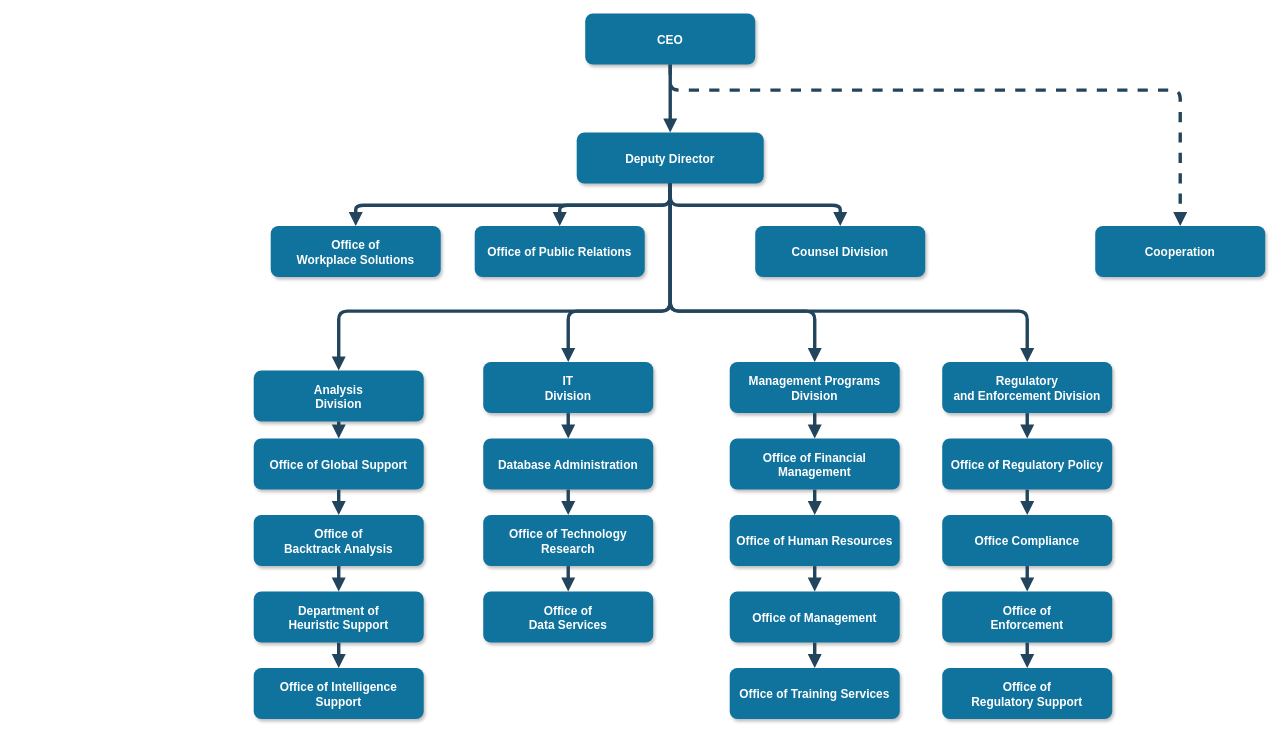
Before: Диаграмма без названия.drawio in ru-store/runa, a draw.io diagram. Source tidied: cells renumbered, new cells numbered last; positions are measured from the earlier drawing's top-left corner, leaving out a move shared by most shapes. Both pictures are drawn from the tidied source at 85%, with x=0, y=0 at pixel (253, 14).
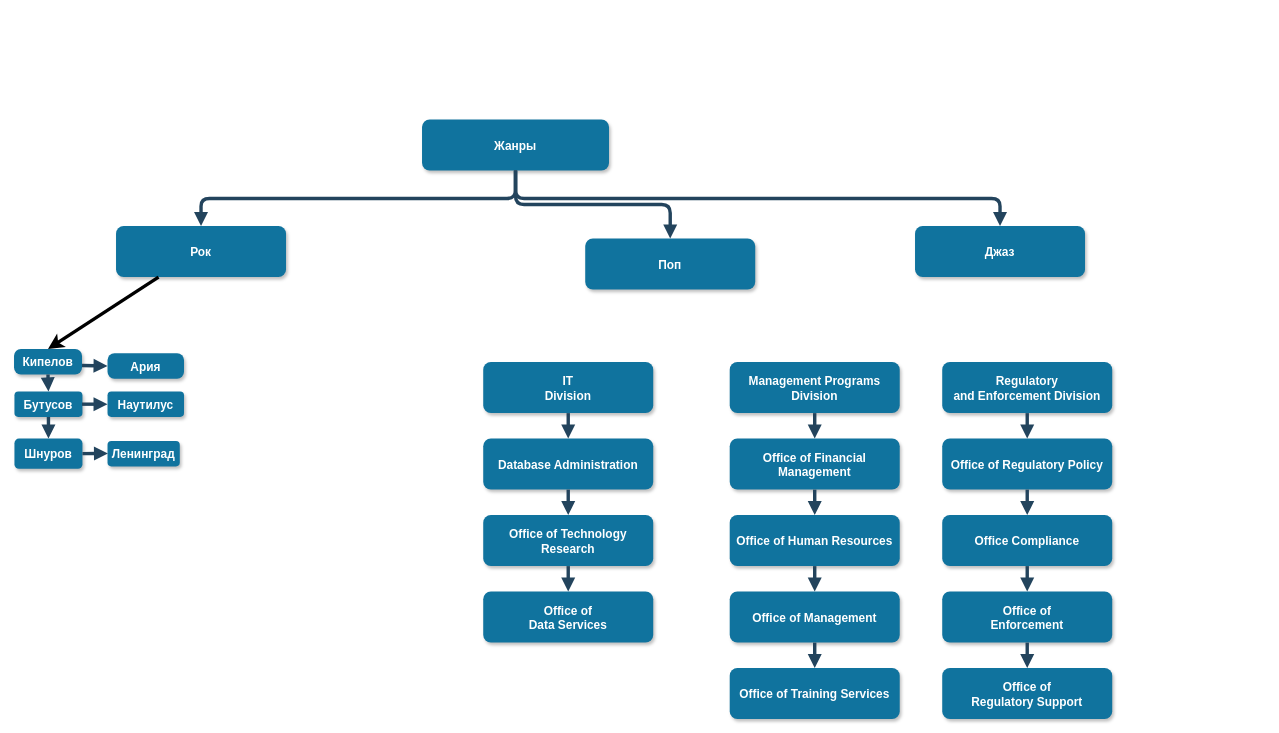
The same diagram, later.

The change refers to these unchanged cells:
```xml
<mxCell id="13" value="IT&#10;Division" style="rounded=1;fillColor=#10739E;strokeColor=none;shadow=1;gradientColor=none;fontStyle=1;fontColor=#FFFFFF;fontSize=14;" parent="1" vertex="1">
  <mxGeometry x="270" y="409.5" width="200" height="60" as="geometry" />
</mxCell>
<mxCell id="17" value="Management Programs &#10;Division" style="rounded=1;fillColor=#10739E;strokeColor=none;shadow=1;gradientColor=none;fontStyle=1;fontColor=#FFFFFF;fontSize=14;" parent="1" vertex="1">
  <mxGeometry x="560" y="409.5" width="200" height="60" as="geometry" />
</mxCell>
<mxCell id="22" value="Regulatory &#10;and Enforcement Division" style="rounded=1;fillColor=#10739E;strokeColor=none;shadow=1;gradientColor=none;fontStyle=1;fontColor=#FFFFFF;fontSize=14;" parent="1" vertex="1">
  <mxGeometry x="810" y="409.5" width="200" height="60" as="geometry" />
</mxCell>
```

The edit, as a diff of the source:
```diff
@@
-    <mxCell id="2" value="CEO" style="rounded=1;fillColor=#10739E;strokeColor=none;shadow=1;gradientColor=none;fontStyle=1;fontColor=#FFFFFF;fontSize=14;" parent="1" vertex="1">
-      <mxGeometry x="390" y="-0.5" width="200" height="60" as="geometry" />
-    </mxCell>
-    <mxCell id="3" value="Deputy Director" style="rounded=1;fillColor=#10739E;strokeColor=none;shadow=1;gradientColor=none;fontStyle=1;fontColor=#FFFFFF;fontSize=14;" parent="1" vertex="1">
-      <mxGeometry x="380" y="139.5" width="220" height="60" as="geometry" />
+    <mxCell id="3" value="Жанры" style="rounded=1;fillColor=#10739E;strokeColor=none;shadow=1;gradientColor=none;fontStyle=1;fontColor=#FFFFFF;fontSize=14;" parent="1" vertex="1">
+      <mxGeometry x="198" y="124" width="220" height="60" as="geometry" />
     </mxCell>
-    <mxCell id="4" value="Office of &#10;Workplace Solutions" style="rounded=1;fillColor=#10739E;strokeColor=none;shadow=1;gradientColor=none;fontStyle=1;fontColor=#FFFFFF;fontSize=14;" parent="1" vertex="1">
-      <mxGeometry x="20" y="249.5" width="200" height="60" as="geometry" />
+    <mxCell id="4" value="Рок" style="rounded=1;fillColor=#10739E;strokeColor=none;shadow=1;gradientColor=none;fontStyle=1;fontColor=#FFFFFF;fontSize=14;" parent="1" vertex="1">
+      <mxGeometry x="-162" y="249.5" width="200" height="60" as="geometry" />
     </mxCell>
-    <mxCell id="5" value="Office of Public Relations" style="rounded=1;fillColor=#10739E;strokeColor=none;shadow=1;gradientColor=none;fontStyle=1;fontColor=#FFFFFF;fontSize=14;" parent="1" vertex="1">
-      <mxGeometry x="260" y="249.5" width="200" height="60" as="geometry" />
+    <mxCell id="5" value="Поп" style="rounded=1;fillColor=#10739E;strokeColor=none;shadow=1;gradientColor=none;fontStyle=1;fontColor=#FFFFFF;fontSize=14;" parent="1" vertex="1">
+      <mxGeometry x="390" y="264" width="200" height="60" as="geometry" />
     </mxCell>
-    <mxCell id="6" value="Counsel Division" style="rounded=1;fillColor=#10739E;strokeColor=none;shadow=1;gradientColor=none;fontStyle=1;fontColor=#FFFFFF;fontSize=14;" parent="1" vertex="1">
-      <mxGeometry x="590" y="249.5" width="200" height="60" as="geometry" />
+    <mxCell id="6" value="Джаз" style="rounded=1;fillColor=#10739E;strokeColor=none;shadow=1;gradientColor=none;fontStyle=1;fontColor=#FFFFFF;fontSize=14;" parent="1" vertex="1">
+      <mxGeometry x="778" y="249.5" width="200" height="60" as="geometry" />
     </mxCell>
-    <mxCell id="7" value="Cooperation" style="rounded=1;fillColor=#10739E;strokeColor=none;shadow=1;gradientColor=none;fontStyle=1;fontColor=#FFFFFF;fontSize=14;" parent="1" vertex="1">
-      <mxGeometry x="990" y="249.5" width="200" height="60" as="geometry" />
-    </mxCell>
-    <mxCell id="8" value="Analysis &#10;Division" style="rounded=1;fillColor=#10739E;strokeColor=none;shadow=1;gradientColor=none;fontStyle=1;fontColor=#FFFFFF;fontSize=14;" parent="1" vertex="1">
-      <mxGeometry y="419.5" width="200" height="60" as="geometry" />
+    <mxCell id="8" value="Кипелов" style="rounded=1;fillColor=#10739E;strokeColor=none;shadow=1;gradientColor=none;fontStyle=1;fontColor=#FFFFFF;fontSize=14;arcSize=27;" parent="1" vertex="1">
+      <mxGeometry x="-282" y="394" width="80" height="30" as="geometry" />
     </mxCell>
-    <mxCell id="9" value="Office of Global Support" style="rounded=1;fillColor=#10739E;strokeColor=none;shadow=1;gradientColor=none;fontStyle=1;fontColor=#FFFFFF;fontSize=14;" parent="1" vertex="1">
-      <mxGeometry y="499.5" width="200" height="60" as="geometry" />
+    <mxCell id="9" value="Бутусов" style="rounded=1;fillColor=#10739E;strokeColor=none;shadow=1;gradientColor=none;fontStyle=1;fontColor=#FFFFFF;fontSize=14;" parent="1" vertex="1">
+      <mxGeometry x="-281.5" y="444" width="80" height="30" as="geometry" />
     </mxCell>
-    <mxCell id="10" value="Office of &#10;Backtrack Analysis" style="rounded=1;fillColor=#10739E;strokeColor=none;shadow=1;gradientColor=none;fontStyle=1;fontColor=#FFFFFF;fontSize=14;" parent="1" vertex="1">
-      <mxGeometry y="589.5" width="200" height="60" as="geometry" />
+    <mxCell id="10" value="Шнуров" style="rounded=1;fillColor=#10739E;strokeColor=none;shadow=1;gradientColor=none;fontStyle=1;fontColor=#FFFFFF;fontSize=14;" parent="1" vertex="1">
+      <mxGeometry x="-281.5" y="499.5" width="80" height="35.5" as="geometry" />
     </mxCell>
-    <mxCell id="11" value="Department of &#10;Heuristic Support" style="rounded=1;fillColor=#10739E;strokeColor=none;shadow=1;gradientColor=none;fontStyle=1;fontColor=#FFFFFF;fontSize=14;" parent="1" vertex="1">
-      <mxGeometry y="679.5" width="200" height="60" as="geometry" />
-    </mxCell>
-    <mxCell id="12" value="Office of Intelligence &#10;Support" style="rounded=1;fillColor=#10739E;strokeColor=none;shadow=1;gradientColor=none;fontStyle=1;fontColor=#FFFFFF;fontSize=14;" parent="1" vertex="1">
-      <mxGeometry y="769.5" width="200" height="60" as="geometry" />
-    </mxCell>
@@
-    <mxCell id="27" style="edgeStyle=elbowEdgeStyle;elbow=vertical;strokeWidth=4;endArrow=block;endFill=1;fontStyle=1;strokeColor=#23445D;" parent="1" edge="1" source="2" target="3">
-      <mxGeometry x="22" y="165.5" as="geometry" />
-    </mxCell>
@@
-    <mxCell id="31" style="edgeStyle=elbowEdgeStyle;elbow=vertical;strokeWidth=4;endArrow=block;endFill=1;fontStyle=1;dashed=1;strokeColor=#23445D;" parent="1" edge="1" source="2" target="7">
-      <mxGeometry x="22" y="165.5" as="geometry">
-        <Array as="points">
-          <mxPoint x="780" y="89.5" />
-        </Array>
-      </mxGeometry>
-    </mxCell>
-    <mxCell id="32" style="edgeStyle=elbowEdgeStyle;elbow=vertical;strokeWidth=4;endArrow=block;endFill=1;fontStyle=1;strokeColor=#23445D;" parent="1" edge="1" source="3" target="8">
-      <mxGeometry x="22" y="165.5" as="geometry">
-        <Array as="points">
-          <mxPoint x="270" y="349.5" />
-        </Array>
-      </mxGeometry>
-    </mxCell>
-    <mxCell id="33" style="edgeStyle=elbowEdgeStyle;elbow=vertical;strokeWidth=4;endArrow=block;endFill=1;fontStyle=1;strokeColor=#23445D;" parent="1" edge="1" source="3" target="22">
-      <mxGeometry x="22" y="165.5" as="geometry">
-        <Array as="points">
-          <mxPoint x="690" y="349.5" />
-        </Array>
-      </mxGeometry>
-    </mxCell>
-    <mxCell id="34" style="edgeStyle=elbowEdgeStyle;elbow=vertical;strokeWidth=4;endArrow=block;endFill=1;fontStyle=1;strokeColor=#23445D;" parent="1" edge="1" source="8" target="9">
-      <mxGeometry x="62" y="165.5" as="geometry" />
+    <mxCell id="34" style="edgeStyle=elbowEdgeStyle;elbow=vertical;strokeWidth=4;endArrow=block;endFill=1;fontStyle=1;strokeColor=#23445D;exitX=1;exitY=0.5;exitDx=0;exitDy=0;" parent="1" edge="1">
+      <mxGeometry x="62" y="165.5" as="geometry">
+        <mxPoint x="-202" y="413.5" as="sourcePoint" />
+        <mxPoint x="-172" y="414" as="targetPoint" />
+      </mxGeometry>
     </mxCell>
@@
-    <mxCell id="36" style="edgeStyle=elbowEdgeStyle;elbow=vertical;strokeWidth=4;endArrow=block;endFill=1;fontStyle=1;strokeColor=#23445D;" parent="1" edge="1" source="10" target="11">
-      <mxGeometry x="62" y="185.5" as="geometry" />
-    </mxCell>
-    <mxCell id="37" style="edgeStyle=elbowEdgeStyle;elbow=vertical;strokeWidth=4;endArrow=block;endFill=1;fontStyle=1;strokeColor=#23445D;" parent="1" edge="1" source="11" target="12">
-      <mxGeometry x="62" y="195.5" as="geometry" />
-    </mxCell>
@@
-    <mxCell id="49" style="edgeStyle=elbowEdgeStyle;elbow=vertical;strokeWidth=4;endArrow=block;endFill=1;fontStyle=1;strokeColor=#23445D;" parent="1" edge="1" source="3" target="13">
-      <mxGeometry x="22" y="165.5" as="geometry">
-        <Array as="points">
-          <mxPoint x="370" y="349.5" />
-        </Array>
-      </mxGeometry>
-    </mxCell>
-    <mxCell id="50" style="edgeStyle=elbowEdgeStyle;elbow=vertical;strokeWidth=4;endArrow=block;endFill=1;fontStyle=1;strokeColor=#23445D;" parent="1" edge="1" source="3" target="17">
-      <mxGeometry x="22" y="165.5" as="geometry">
-        <Array as="points">
-          <mxPoint x="660" y="349.5" />
-        </Array>
-      </mxGeometry>
-    </mxCell>
+    <mxCell id="51" style="endArrow=classic;html=1;rounded=0;exitX=0.25;exitY=1;exitDx=0;exitDy=0;entryX=0.5;entryY=0;entryDx=0;entryDy=0;strokeWidth=4;" parent="1" edge="1" source="4" target="8">
+      <mxGeometry relative="1" as="geometry" />
+    </mxCell>
+    <mxCell id="52" value="Ария" style="rounded=1;fillColor=#10739E;strokeColor=none;shadow=1;gradientColor=none;fontStyle=1;fontColor=#FFFFFF;fontSize=14;arcSize=27;" parent="1" vertex="1">
+      <mxGeometry x="-172" y="399" width="90" height="30" as="geometry" />
+    </mxCell>
+    <mxCell id="53" value="Наутилус" style="rounded=1;fillColor=#10739E;strokeColor=none;shadow=1;gradientColor=none;fontStyle=1;fontColor=#FFFFFF;fontSize=14;" parent="1" vertex="1">
+      <mxGeometry x="-172" y="444" width="90" height="30" as="geometry" />
+    </mxCell>
+    <mxCell id="54" value="Ленинград" style="rounded=1;fillColor=#10739E;strokeColor=none;shadow=1;gradientColor=none;fontStyle=1;fontColor=#FFFFFF;fontSize=14;" parent="1" vertex="1">
+      <mxGeometry x="-172" y="502.2" width="85" height="30" as="geometry" />
+    </mxCell>
+    <mxCell id="55" style="edgeStyle=elbowEdgeStyle;elbow=vertical;strokeWidth=4;endArrow=block;endFill=1;fontStyle=1;strokeColor=#23445D;" parent="1" edge="1" source="8" target="9">
+      <mxGeometry x="62" y="165.5" as="geometry" />
+    </mxCell>
+    <mxCell id="56" style="edgeStyle=elbowEdgeStyle;elbow=vertical;strokeWidth=4;endArrow=block;endFill=1;fontStyle=1;strokeColor=#23445D;entryX=0;entryY=0.5;entryDx=0;entryDy=0;exitX=1;exitY=0.5;exitDx=0;exitDy=0;" parent="1" edge="1">
+      <mxGeometry x="62" y="165.5" as="geometry">
+        <mxPoint x="-202" y="459" as="sourcePoint" />
+        <mxPoint x="-172" y="458.5" as="targetPoint" />
+      </mxGeometry>
+    </mxCell>
+    <mxCell id="57" style="edgeStyle=elbowEdgeStyle;elbow=vertical;strokeWidth=4;endArrow=block;endFill=1;fontStyle=1;strokeColor=#23445D;entryX=0;entryY=0.5;entryDx=0;entryDy=0;exitX=1;exitY=0.5;exitDx=0;exitDy=0;" parent="1" edge="1">
+      <mxGeometry x="62" y="165.5" as="geometry">
+        <mxPoint x="-201.5" y="517.2" as="sourcePoint" />
+        <mxPoint x="-171.5" y="516.8" as="targetPoint" />
+      </mxGeometry>
+    </mxCell>
```
